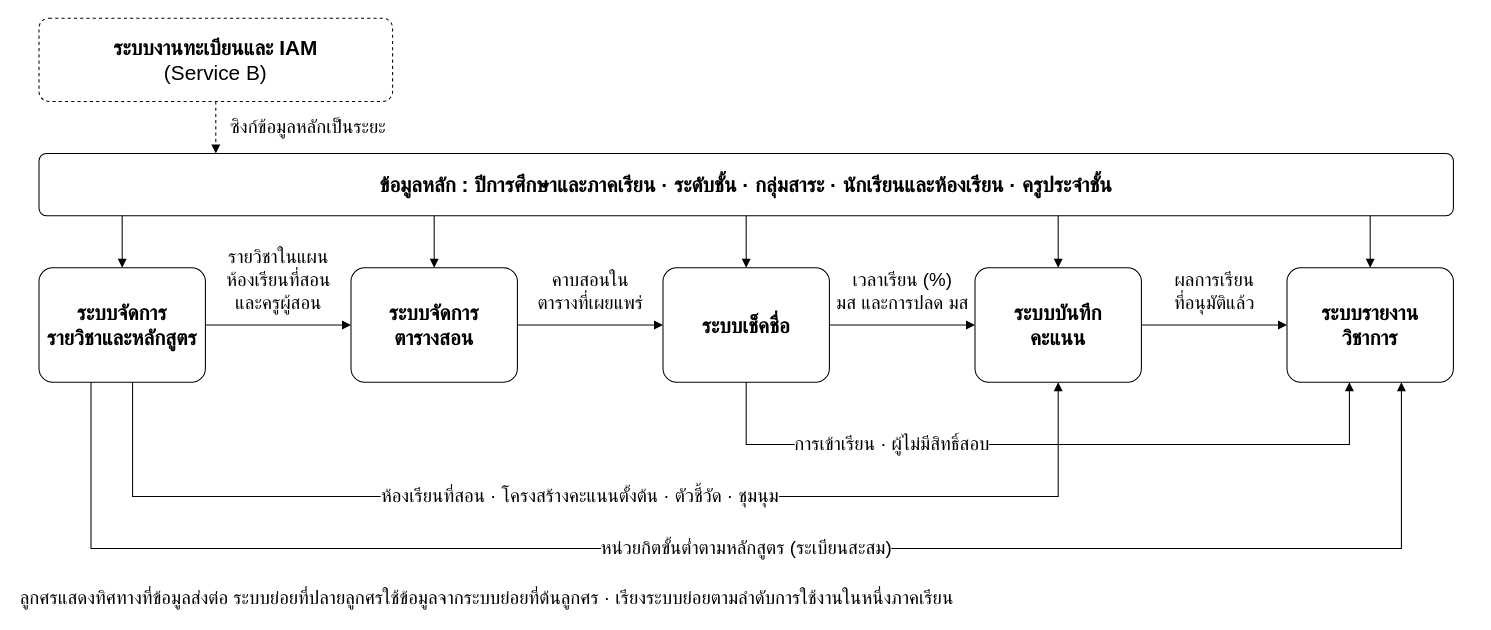
The draw.io diagram docs/architecture/module-flow.drawio in polymercatzz/Academic, before the edit. Source tidied: cells renumbered, new cells numbered last; positions are measured from the earlier drawing's top-left corner, leaving out a move shared by most shapes. Both pictures are drawn from the tidied source at 104%, with x=0, y=0 at pixel (18, 18).
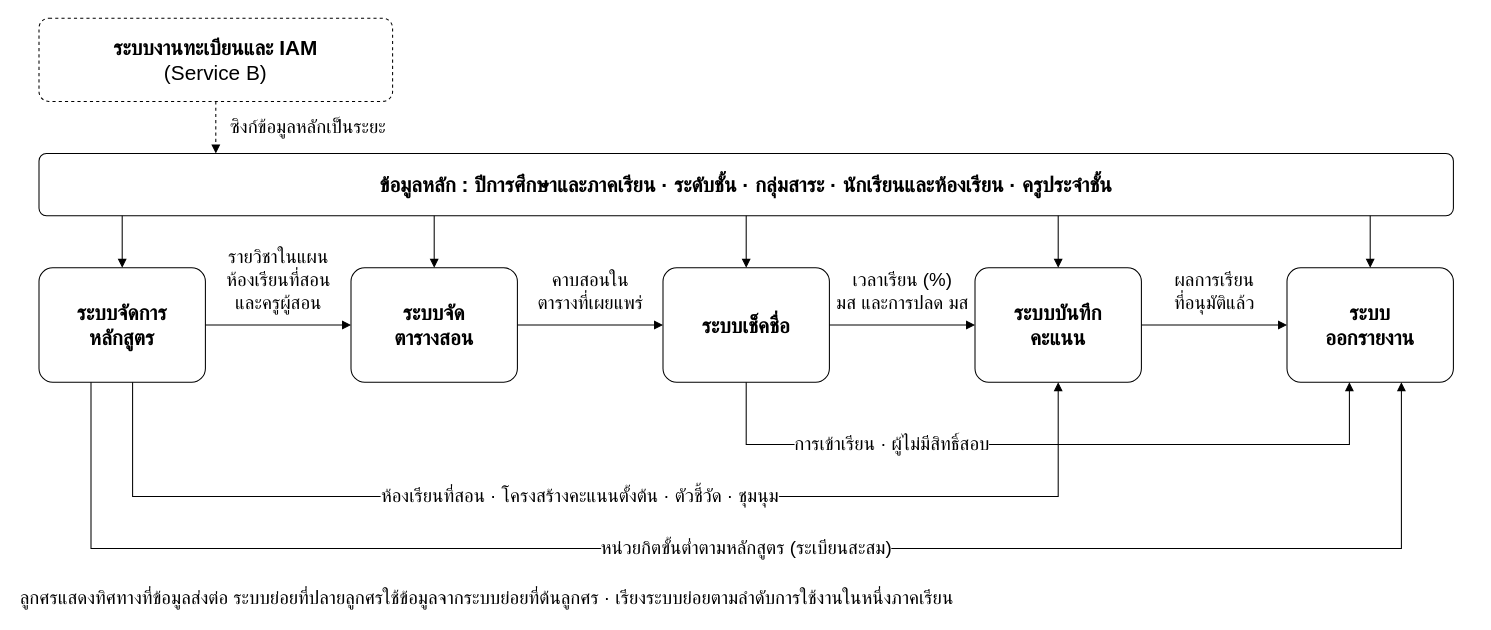
Above is the later version.

Diff of the diagram source:
```diff
@@
-    <mxCell id="6" value="&lt;b&gt;ระบบจัดการ&lt;/b&gt;&lt;br&gt;&lt;b&gt;รายวิชาและหลักสูตร&lt;/b&gt;" style="rounded=1;arcSize=12;fillColor=#FFFFFF;html=1;fontFamily=TH SarabunPSK;fontSize=20;fontColor=#000000;strokeColor=#000000;whiteSpace=wrap;" parent="1" vertex="1">
+    <mxCell id="6" value="&lt;b&gt;ระบบจัดการ&lt;/b&gt;&lt;br&gt;&lt;b&gt;หลักสูตร&lt;/b&gt;" style="rounded=1;arcSize=12;fillColor=#FFFFFF;html=1;fontFamily=TH SarabunPSK;fontSize=20;fontColor=#000000;strokeColor=#000000;whiteSpace=wrap;" parent="1" vertex="1">
       <mxGeometry x="20" y="240" width="160" height="110" as="geometry" />
     </mxCell>
@@
-    <mxCell id="8" value="&lt;b&gt;ระบบจัดการ&lt;/b&gt;&lt;br&gt;&lt;b&gt;ตารางสอน&lt;/b&gt;" style="rounded=1;arcSize=12;fillColor=#FFFFFF;html=1;fontFamily=TH SarabunPSK;fontSize=20;fontColor=#000000;strokeColor=#000000;whiteSpace=wrap;" parent="1" vertex="1">
+    <mxCell id="8" value="&lt;b&gt;ระบบจัด&lt;/b&gt;&lt;br&gt;&lt;b&gt;ตารางสอน&lt;/b&gt;" style="rounded=1;arcSize=12;fillColor=#FFFFFF;html=1;fontFamily=TH SarabunPSK;fontSize=20;fontColor=#000000;strokeColor=#000000;whiteSpace=wrap;" parent="1" vertex="1">
       <mxGeometry x="320" y="240" width="160" height="110" as="geometry" />
     </mxCell>
@@
-    <mxCell id="14" value="&lt;b&gt;ระบบรายงาน&lt;/b&gt;&lt;br&gt;&lt;b&gt;วิชาการ&lt;/b&gt;" style="rounded=1;arcSize=12;fillColor=#FFFFFF;html=1;fontFamily=TH SarabunPSK;fontSize=20;fontColor=#000000;strokeColor=#000000;whiteSpace=wrap;" parent="1" vertex="1">
+    <mxCell id="14" value="&lt;b&gt;ระบบ&lt;/b&gt;&lt;br&gt;&lt;b&gt;ออกรายงาน&lt;/b&gt;" style="rounded=1;arcSize=12;fillColor=#FFFFFF;html=1;fontFamily=TH SarabunPSK;fontSize=20;fontColor=#000000;strokeColor=#000000;whiteSpace=wrap;" parent="1" vertex="1">
       <mxGeometry x="1220" y="240" width="160" height="110" as="geometry" />
     </mxCell>
```
